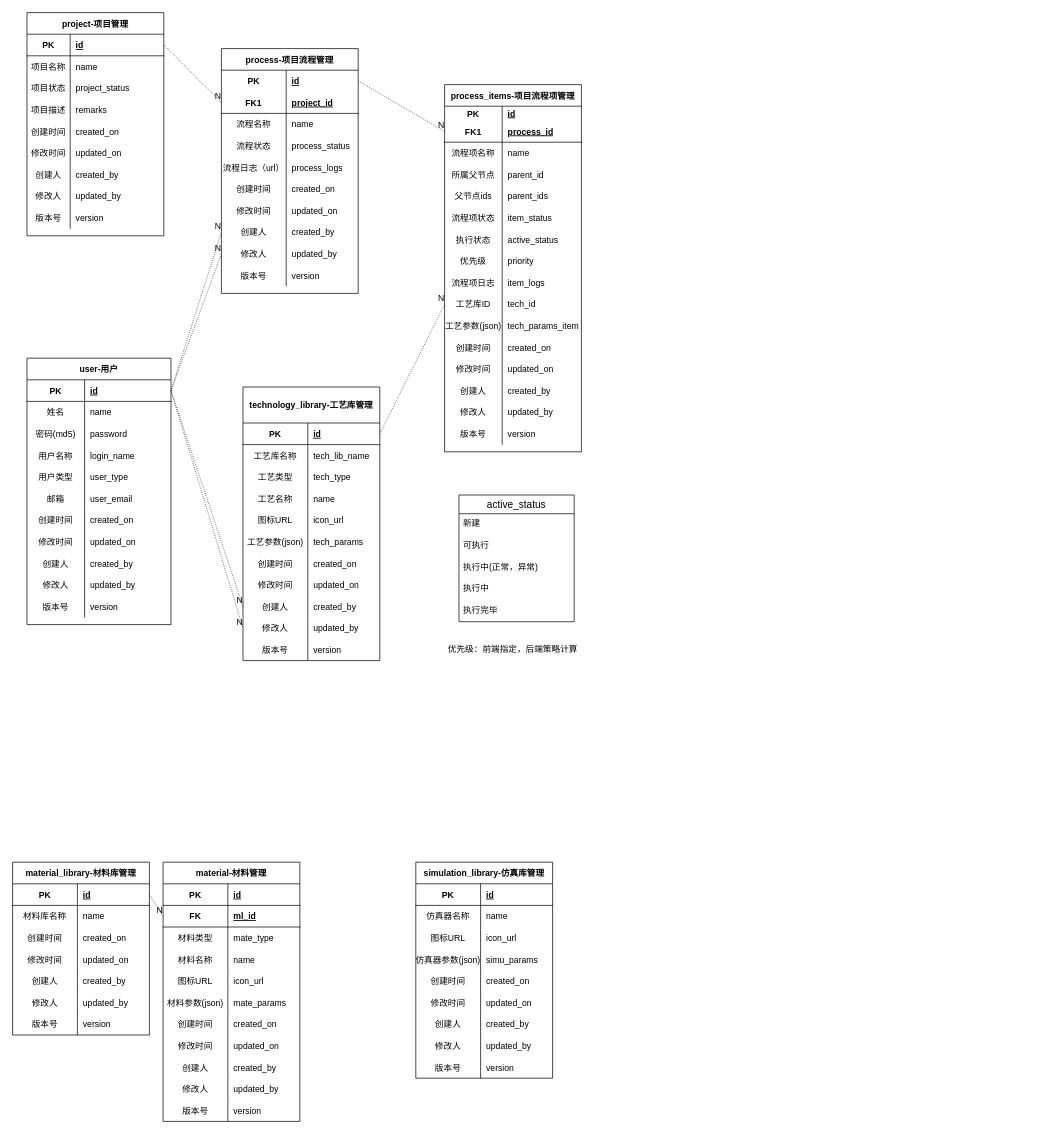
The draw.io diagram doc/webVTCadDatabase.drawio in yezhen701/VTCAD, before the edit. Source tidied: cells renumbered, new cells numbered last; positions are measured from the earlier drawing's top-left corner, leaving out a move shared by most shapes. Both pictures are drawn from the tidied source at 72%, with x=0, y=0 at pixel (12, 12).
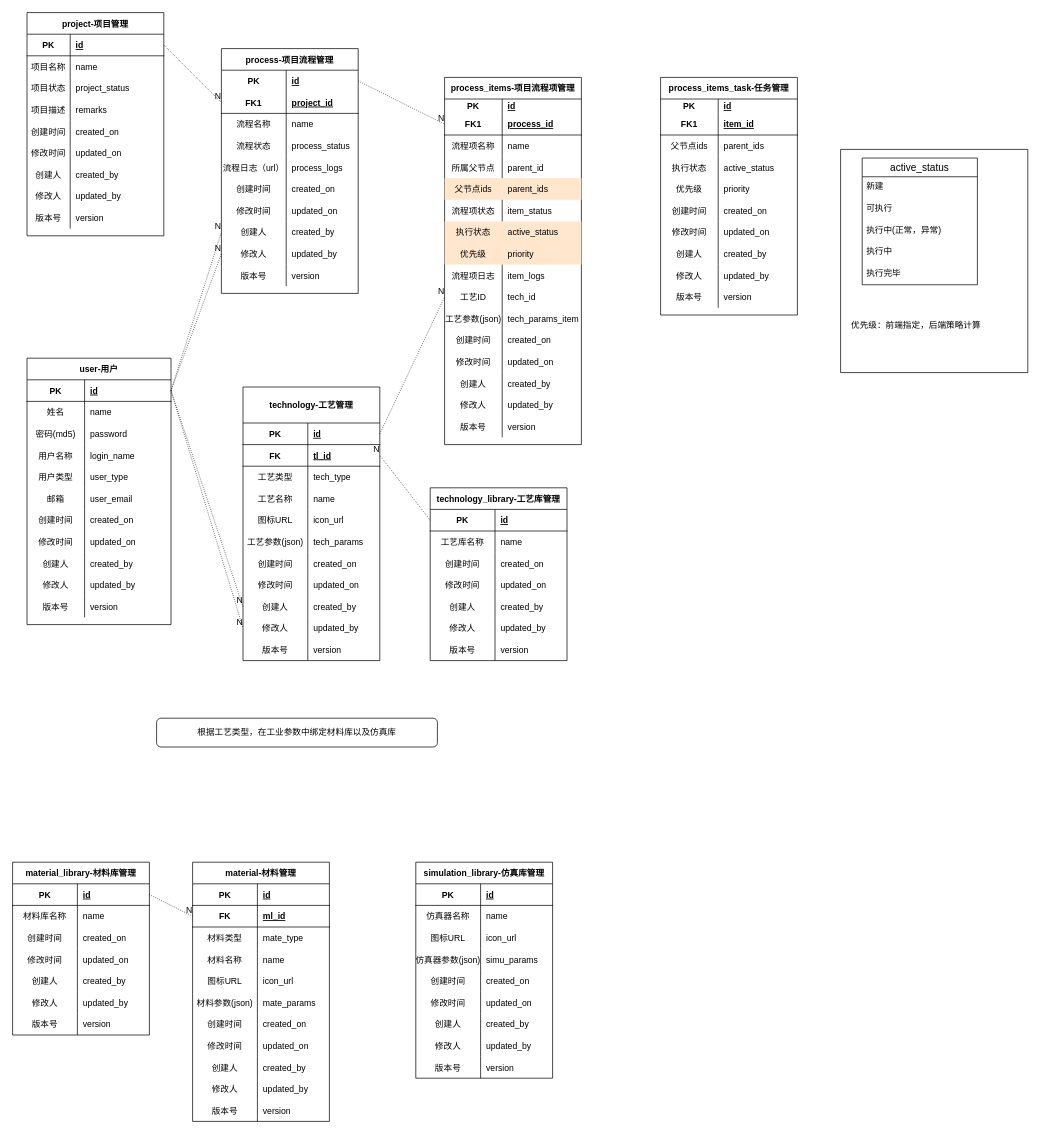
Above is the later version.

Unchanged cells that the change refers to:
```xml
<mxCell id="188" style="shape=partialRectangle;fillColor=none;top=0;left=0;bottom=0;right=0;points=[[0,0.5],[1,0.5]];portConstraint=eastwest;" parent="160" vertex="1">
  <mxGeometry y="290" width="190" height="30" as="geometry" />
</mxCell>
```

The edit, as a diff of the source:
```diff
@@
     <mxCell id="64" value="material-材料管理" style="shape=table;startSize=30;childLayout=tableLayout;rowLines=0;fontStyle=1;align=center;" parent="1" vertex="1">
-      <mxGeometry x="209" y="1180" width="190" height="360" as="geometry" />
+      <mxGeometry x="250" y="1180" width="190" height="360" as="geometry" />
     </mxCell>
@@
-    <mxCell id="98" value="technology_library-工艺库管理" style="shape=table;startSize=50;childLayout=tableLayout;rowLines=0;fontStyle=1;align=center;" parent="1" vertex="1">
+    <mxCell id="98" value="technology-工艺管理" style="shape=table;startSize=50;childLayout=tableLayout;rowLines=0;fontStyle=1;align=center;" parent="1" vertex="1">
       <mxGeometry x="320" y="520" width="190" height="380" as="geometry" />
     </mxCell>
@@
-    <mxCell id="102" style="shape=partialRectangle;fillColor=none;top=0;left=0;bottom=0;right=0;" parent="98" vertex="1">
-      <mxGeometry y="80" width="190" height="30" as="geometry" />
-    </mxCell>
-    <mxCell id="103" value="工艺库名称" style="shape=partialRectangle;fillColor=none;top=0;left=0;bottom=0;right=0;overflow=hidden;" parent="102" vertex="1">
-      <mxGeometry width="90" height="30" as="geometry" />
-    </mxCell>
-    <mxCell id="104" value="tech_lib_name" style="shape=partialRectangle;fillColor=none;top=0;left=0;bottom=0;right=0;align=left;spacingLeft=6;overflow=hidden;" parent="102" vertex="1">
-      <mxGeometry x="90" width="100" height="30" as="geometry" />
-    </mxCell>
+    <mxCell id="285" style="shape=partialRectangle;fillColor=none;top=0;left=0;bottom=1;right=0;points=[[0,0.5],[1,0.5]];portConstraint=eastwest;" parent="98" vertex="1">
+      <mxGeometry y="80" width="190" height="30" as="geometry" />
+    </mxCell>
+    <mxCell id="286" value="FK" style="shape=partialRectangle;fillColor=none;top=0;left=0;bottom=0;right=0;fontStyle=1;overflow=hidden;" parent="285" vertex="1">
+      <mxGeometry width="90" height="30" as="geometry" />
+    </mxCell>
+    <mxCell id="287" value="tl_id" style="shape=partialRectangle;fillColor=none;top=0;left=0;bottom=0;right=0;align=left;spacingLeft=6;fontStyle=5;overflow=hidden;" parent="285" vertex="1">
+      <mxGeometry x="90" width="100" height="30" as="geometry" />
+    </mxCell>
@@
     <mxCell id="160" value="process_items-项目流程项管理" style="shape=table;startSize=30;childLayout=tableLayout;rowLines=0;fontStyle=1;align=center;" parent="1" vertex="1">
-      <mxGeometry x="600" y="100" width="190" height="510" as="geometry" />
+      <mxGeometry x="600" y="90" width="190" height="510" as="geometry" />
     </mxCell>
@@
-    <mxCell id="173" style="shape=partialRectangle;fillColor=none;top=0;left=0;bottom=0;right=0;" parent="160" vertex="1">
+    <mxCell id="173" style="shape=partialRectangle;fillColor=#ffe6cc;top=0;left=0;bottom=0;right=0;strokeColor=#d79b00;" parent="160" vertex="1">
       <mxGeometry y="140" width="190" height="30" as="geometry" />
     </mxCell>
@@
-    <mxCell id="179" style="shape=partialRectangle;fillColor=none;top=0;left=0;bottom=0;right=0;" parent="160" vertex="1">
+    <mxCell id="179" style="shape=partialRectangle;fillColor=#ffe6cc;top=0;left=0;bottom=0;right=0;strokeColor=#d79b00;" parent="160" vertex="1">
       <mxGeometry y="200" width="190" height="30" as="geometry" />
     </mxCell>
@@
-    <mxCell id="182" style="shape=partialRectangle;fillColor=none;top=0;left=0;bottom=0;right=0;" parent="160" vertex="1">
+    <mxCell id="182" style="shape=partialRectangle;fillColor=#ffe6cc;top=0;left=0;bottom=0;right=0;strokeColor=#d79b00;" parent="160" vertex="1">
       <mxGeometry y="230" width="190" height="30" as="geometry" />
     </mxCell>
@@
-    <mxCell id="189" value="工艺库ID" style="shape=partialRectangle;fillColor=none;top=0;left=0;bottom=0;right=0;overflow=hidden;" parent="188" vertex="1">
+    <mxCell id="189" value="工艺ID" style="shape=partialRectangle;fillColor=none;top=0;left=0;bottom=0;right=0;overflow=hidden;" parent="188" vertex="1">
       <mxGeometry width="80" height="30" as="geometry" />
     </mxCell>
@@
+    <mxCell id="288" value="technology_library-工艺库管理" style="shape=table;startSize=30;childLayout=tableLayout;rowLines=0;fontStyle=1;align=center;" parent="1" vertex="1">
+      <mxGeometry x="580" y="660" width="190" height="240" as="geometry" />
+    </mxCell>
+    <mxCell id="289" style="shape=partialRectangle;fillColor=none;top=0;left=0;bottom=1;right=0;points=[[0,0.5],[1,0.5]];portConstraint=eastwest;" parent="288" vertex="1">
+      <mxGeometry y="30" width="190" height="30" as="geometry" />
+    </mxCell>
+    <mxCell id="290" value="PK" style="shape=partialRectangle;fillColor=none;top=0;left=0;bottom=0;right=0;fontStyle=1;overflow=hidden;" parent="289" vertex="1">
+      <mxGeometry width="90" height="30" as="geometry" />
+    </mxCell>
+    <mxCell id="291" value="id" style="shape=partialRectangle;fillColor=none;top=0;left=0;bottom=0;right=0;align=left;spacingLeft=6;fontStyle=5;overflow=hidden;" parent="289" vertex="1">
+      <mxGeometry x="90" width="100" height="30" as="geometry" />
+    </mxCell>
+    <mxCell id="292" style="shape=partialRectangle;fillColor=none;top=0;left=0;bottom=0;right=0;" parent="288" vertex="1">
+      <mxGeometry y="60" width="190" height="30" as="geometry" />
+    </mxCell>
+    <mxCell id="103" value="工艺库名称" style="shape=partialRectangle;fillColor=none;top=0;left=0;bottom=0;right=0;overflow=hidden;" parent="292" vertex="1">
+      <mxGeometry width="90" height="30" as="geometry" />
+    </mxCell>
+    <mxCell id="293" value="name" style="shape=partialRectangle;fillColor=none;top=0;left=0;bottom=0;right=0;align=left;spacingLeft=6;overflow=hidden;" parent="292" vertex="1">
+      <mxGeometry x="90" width="100" height="30" as="geometry" />
+    </mxCell>
+    <mxCell id="294" style="shape=partialRectangle;fillColor=none;top=0;left=0;bottom=0;right=0;" parent="288" vertex="1">
+      <mxGeometry y="90" width="190" height="30" as="geometry" />
+    </mxCell>
+    <mxCell id="295" value="创建时间" style="shape=partialRectangle;fillColor=none;top=0;left=0;bottom=0;right=0;overflow=hidden;" parent="294" vertex="1">
+      <mxGeometry width="90" height="30" as="geometry" />
+    </mxCell>
+    <mxCell id="296" value="created_on" style="shape=partialRectangle;fillColor=none;top=0;left=0;bottom=0;right=0;align=left;spacingLeft=6;overflow=hidden;" parent="294" vertex="1">
+      <mxGeometry x="90" width="100" height="30" as="geometry" />
+    </mxCell>
+    <mxCell id="297" style="shape=partialRectangle;fillColor=none;top=0;left=0;bottom=0;right=0;" parent="288" vertex="1">
+      <mxGeometry y="120" width="190" height="30" as="geometry" />
+    </mxCell>
+    <mxCell id="298" value="修改时间" style="shape=partialRectangle;fillColor=none;top=0;left=0;bottom=0;right=0;overflow=hidden;" parent="297" vertex="1">
+      <mxGeometry width="90" height="30" as="geometry" />
+    </mxCell>
+    <mxCell id="299" value="updated_on" style="shape=partialRectangle;fillColor=none;top=0;left=0;bottom=0;right=0;align=left;spacingLeft=6;overflow=hidden;" parent="297" vertex="1">
+      <mxGeometry x="90" width="100" height="30" as="geometry" />
+    </mxCell>
+    <mxCell id="300" style="shape=partialRectangle;fillColor=none;top=0;left=0;bottom=0;right=0;" parent="288" vertex="1">
+      <mxGeometry y="150" width="190" height="30" as="geometry" />
+    </mxCell>
+    <mxCell id="301" value="创建人" style="shape=partialRectangle;fillColor=none;top=0;left=0;bottom=0;right=0;overflow=hidden;" parent="300" vertex="1">
+      <mxGeometry width="90" height="30" as="geometry" />
+    </mxCell>
+    <mxCell id="302" value="created_by" style="shape=partialRectangle;fillColor=none;top=0;left=0;bottom=0;right=0;align=left;spacingLeft=6;overflow=hidden;" parent="300" vertex="1">
+      <mxGeometry x="90" width="100" height="30" as="geometry" />
+    </mxCell>
+    <mxCell id="303" style="shape=partialRectangle;fillColor=none;top=0;left=0;bottom=0;right=0;" parent="288" vertex="1">
+      <mxGeometry y="180" width="190" height="30" as="geometry" />
+    </mxCell>
+    <mxCell id="304" value="修改人" style="shape=partialRectangle;fillColor=none;top=0;left=0;bottom=0;right=0;overflow=hidden;" parent="303" vertex="1">
+      <mxGeometry width="90" height="30" as="geometry" />
+    </mxCell>
+    <mxCell id="305" value="updated_by" style="shape=partialRectangle;fillColor=none;top=0;left=0;bottom=0;right=0;align=left;spacingLeft=6;overflow=hidden;" parent="303" vertex="1">
+      <mxGeometry x="90" width="100" height="30" as="geometry" />
+    </mxCell>
+    <mxCell id="306" style="shape=partialRectangle;fillColor=none;top=0;left=0;bottom=0;right=0;" parent="288" vertex="1">
+      <mxGeometry y="210" width="190" height="30" as="geometry" />
+    </mxCell>
+    <mxCell id="307" value="版本号" style="shape=partialRectangle;fillColor=none;top=0;left=0;bottom=0;right=0;overflow=hidden;" parent="306" vertex="1">
+      <mxGeometry width="90" height="30" as="geometry" />
+    </mxCell>
+    <mxCell id="308" value="version" style="shape=partialRectangle;fillColor=none;top=0;left=0;bottom=0;right=0;align=left;spacingLeft=6;overflow=hidden;" parent="306" vertex="1">
+      <mxGeometry x="90" width="100" height="30" as="geometry" />
+    </mxCell>
+    <mxCell id="309" style="endArrow=none;html=1;rounded=0;dashed=1;dashPattern=1 2;entryX=1;entryY=0.5;entryDx=0;entryDy=0;exitX=0;exitY=0.5;exitDx=0;exitDy=0;" parent="1" edge="1" source="289" target="285">
+      <mxGeometry relative="1" as="geometry" />
+    </mxCell>
+    <mxCell id="310" value="N" style="html=1;align=right;verticalAlign=bottom;" parent="309" vertex="1">
+      <mxGeometry x="1" relative="1" as="geometry" />
+    </mxCell>
+    <mxCell id="311" style="swimlane;startSize=0;" parent="1" vertex="1">
+      <mxGeometry x="1150" y="190" width="260" height="310" as="geometry" />
+    </mxCell>
-    <mxCell id="278" value="active_status" style="swimlane;fontStyle=0;horizontal=1;startSize=26;align=center;fontSize=14;" parent="1" vertex="1">
-      <mxGeometry x="620" y="670" width="160" height="176" as="geometry" />
+    <mxCell id="278" value="active_status" style="swimlane;fontStyle=0;horizontal=1;startSize=26;align=center;fontSize=14;" parent="311" vertex="1">
+      <mxGeometry x="30" y="12" width="160" height="176" as="geometry" />
     </mxCell>
@@
-    <mxCell id="284" value="优先级：前端指定，后端策略计算" style="text;html=1;strokeColor=none;fillColor=none;align=center;verticalAlign=middle;whiteSpace=wrap;rounded=0;" parent="1" vertex="1">
-      <mxGeometry x="600" y="870" width="190" height="30" as="geometry" />
+    <mxCell id="284" value="优先级：前端指定，后端策略计算" style="text;html=1;strokeColor=none;fillColor=none;align=center;verticalAlign=middle;whiteSpace=wrap;rounded=0;" parent="311" vertex="1">
+      <mxGeometry x="10" y="230" width="190" height="30" as="geometry" />
     </mxCell>
+    <mxCell id="312" value="根据工艺类型，在工业参数中绑定材料库以及仿真库" style="rounded=1;whiteSpace=wrap;html=1;" parent="1" vertex="1">
+      <mxGeometry x="200" y="980" width="390" height="40" as="geometry" />
+    </mxCell>
+    <mxCell id="313" value="process_items_task-任务管理" style="shape=table;startSize=30;childLayout=tableLayout;rowLines=0;fontStyle=1;align=center;" parent="1" vertex="1">
+      <mxGeometry x="900" y="90" width="190" height="330" as="geometry" />
+    </mxCell>
+    <mxCell id="314" style="shape=partialRectangle;fillColor=none;top=0;left=0;bottom=0;right=0;" parent="313" vertex="1">
+      <mxGeometry y="30" width="190" height="20" as="geometry" />
+    </mxCell>
+    <mxCell id="315" value="PK" style="shape=partialRectangle;fillColor=none;top=0;left=0;bottom=0;right=0;fontStyle=1;overflow=hidden;" parent="314" vertex="1">
+      <mxGeometry width="80" height="20" as="geometry" />
+    </mxCell>
+    <mxCell id="316" value="id" style="shape=partialRectangle;fillColor=none;top=0;left=0;bottom=0;right=0;align=left;spacingLeft=6;fontStyle=5;overflow=hidden;" parent="314" vertex="1">
+      <mxGeometry x="80" width="110" height="20" as="geometry" />
+    </mxCell>
+    <mxCell id="317" style="shape=partialRectangle;fillColor=none;top=0;left=0;bottom=1;right=0;" parent="313" vertex="1">
+      <mxGeometry y="50" width="190" height="30" as="geometry" />
+    </mxCell>
+    <mxCell id="318" value="FK1" style="shape=partialRectangle;fillColor=none;top=0;left=0;bottom=0;right=0;fontStyle=1;overflow=hidden;" parent="317" vertex="1">
+      <mxGeometry width="80" height="30" as="geometry" />
+    </mxCell>
+    <mxCell id="319" value="item_id" style="shape=partialRectangle;fillColor=none;top=0;left=0;bottom=0;right=0;align=left;spacingLeft=6;fontStyle=5;overflow=hidden;" parent="317" vertex="1">
+      <mxGeometry x="80" width="110" height="30" as="geometry" />
+    </mxCell>
+    <mxCell id="102" style="shape=partialRectangle;fillColor=none;top=0;left=0;bottom=0;right=0;" parent="313" vertex="1">
+      <mxGeometry y="80" width="190" height="30" as="geometry" />
+    </mxCell>
+    <mxCell id="320" value="父节点ids" style="shape=partialRectangle;fillColor=none;top=0;left=0;bottom=0;right=0;overflow=hidden;" parent="102" vertex="1">
+      <mxGeometry width="80" height="30" as="geometry" />
+    </mxCell>
+    <mxCell id="321" value="parent_ids" style="shape=partialRectangle;fillColor=none;top=0;left=0;bottom=0;right=0;align=left;spacingLeft=6;overflow=hidden;" parent="102" vertex="1">
+      <mxGeometry x="80" width="110" height="30" as="geometry" />
+    </mxCell>
+    <mxCell id="322" style="shape=partialRectangle;fillColor=none;top=0;left=0;bottom=0;right=0;" parent="313" vertex="1">
+      <mxGeometry y="110" width="190" height="30" as="geometry" />
+    </mxCell>
+    <mxCell id="323" value="执行状态" style="shape=partialRectangle;fillColor=none;top=0;left=0;bottom=0;right=0;overflow=hidden;" parent="322" vertex="1">
+      <mxGeometry width="80" height="30" as="geometry" />
+    </mxCell>
+    <mxCell id="324" value="active_status" style="shape=partialRectangle;fillColor=none;top=0;left=0;bottom=0;right=0;align=left;spacingLeft=6;overflow=hidden;" parent="322" vertex="1">
+      <mxGeometry x="80" width="110" height="30" as="geometry" />
+    </mxCell>
+    <mxCell id="325" style="shape=partialRectangle;fillColor=none;top=0;left=0;bottom=0;right=0;" parent="313" vertex="1">
+      <mxGeometry y="140" width="190" height="30" as="geometry" />
+    </mxCell>
+    <mxCell id="326" value="优先级" style="shape=partialRectangle;fillColor=none;top=0;left=0;bottom=0;right=0;overflow=hidden;" parent="325" vertex="1">
+      <mxGeometry width="80" height="30" as="geometry" />
+    </mxCell>
+    <mxCell id="327" value="priority" style="shape=partialRectangle;fillColor=none;top=0;left=0;bottom=0;right=0;align=left;spacingLeft=6;overflow=hidden;" parent="325" vertex="1">
+      <mxGeometry x="80" width="110" height="30" as="geometry" />
+    </mxCell>
+    <mxCell id="328" style="shape=partialRectangle;fillColor=none;top=0;left=0;bottom=0;right=0;" parent="313" vertex="1">
+      <mxGeometry y="170" width="190" height="30" as="geometry" />
+    </mxCell>
+    <mxCell id="329" value="创建时间" style="shape=partialRectangle;fillColor=none;top=0;left=0;bottom=0;right=0;overflow=hidden;" parent="328" vertex="1">
+      <mxGeometry width="80" height="30" as="geometry" />
+    </mxCell>
+    <mxCell id="330" value="created_on" style="shape=partialRectangle;fillColor=none;top=0;left=0;bottom=0;right=0;align=left;spacingLeft=6;overflow=hidden;" parent="328" vertex="1">
+      <mxGeometry x="80" width="110" height="30" as="geometry" />
+    </mxCell>
+    <mxCell id="331" style="shape=partialRectangle;fillColor=none;top=0;left=0;bottom=0;right=0;" parent="313" vertex="1">
+      <mxGeometry y="200" width="190" height="30" as="geometry" />
+    </mxCell>
+    <mxCell id="332" value="修改时间" style="shape=partialRectangle;fillColor=none;top=0;left=0;bottom=0;right=0;overflow=hidden;" parent="331" vertex="1">
+      <mxGeometry width="80" height="30" as="geometry" />
+    </mxCell>
+    <mxCell id="333" value="updated_on" style="shape=partialRectangle;fillColor=none;top=0;left=0;bottom=0;right=0;align=left;spacingLeft=6;overflow=hidden;" parent="331" vertex="1">
+      <mxGeometry x="80" width="110" height="30" as="geometry" />
+    </mxCell>
+    <mxCell id="334" style="shape=partialRectangle;fillColor=none;top=0;left=0;bottom=0;right=0;" parent="313" vertex="1">
+      <mxGeometry y="230" width="190" height="30" as="geometry" />
+    </mxCell>
+    <mxCell id="335" value="创建人" style="shape=partialRectangle;fillColor=none;top=0;left=0;bottom=0;right=0;overflow=hidden;" parent="334" vertex="1">
+      <mxGeometry width="80" height="30" as="geometry" />
+    </mxCell>
+    <mxCell id="336" value="created_by" style="shape=partialRectangle;fillColor=none;top=0;left=0;bottom=0;right=0;align=left;spacingLeft=6;overflow=hidden;" parent="334" vertex="1">
+      <mxGeometry x="80" width="110" height="30" as="geometry" />
+    </mxCell>
+    <mxCell id="337" style="shape=partialRectangle;fillColor=none;top=0;left=0;bottom=0;right=0;" parent="313" vertex="1">
+      <mxGeometry y="260" width="190" height="30" as="geometry" />
+    </mxCell>
+    <mxCell id="338" value="修改人" style="shape=partialRectangle;fillColor=none;top=0;left=0;bottom=0;right=0;overflow=hidden;" parent="337" vertex="1">
+      <mxGeometry width="80" height="30" as="geometry" />
+    </mxCell>
+    <mxCell id="339" value="updated_by" style="shape=partialRectangle;fillColor=none;top=0;left=0;bottom=0;right=0;align=left;spacingLeft=6;overflow=hidden;" parent="337" vertex="1">
+      <mxGeometry x="80" width="110" height="30" as="geometry" />
+    </mxCell>
+    <mxCell id="340" style="shape=partialRectangle;fillColor=none;top=0;left=0;bottom=0;right=0;" parent="313" vertex="1">
+      <mxGeometry y="290" width="190" height="30" as="geometry" />
+    </mxCell>
+    <mxCell id="341" value="版本号" style="shape=partialRectangle;fillColor=none;top=0;left=0;bottom=0;right=0;overflow=hidden;" parent="340" vertex="1">
+      <mxGeometry width="80" height="30" as="geometry" />
+    </mxCell>
+    <mxCell id="342" value="version" style="shape=partialRectangle;fillColor=none;top=0;left=0;bottom=0;right=0;align=left;spacingLeft=6;overflow=hidden;" parent="340" vertex="1">
+      <mxGeometry x="80" width="110" height="30" as="geometry" />
+    </mxCell>
```
